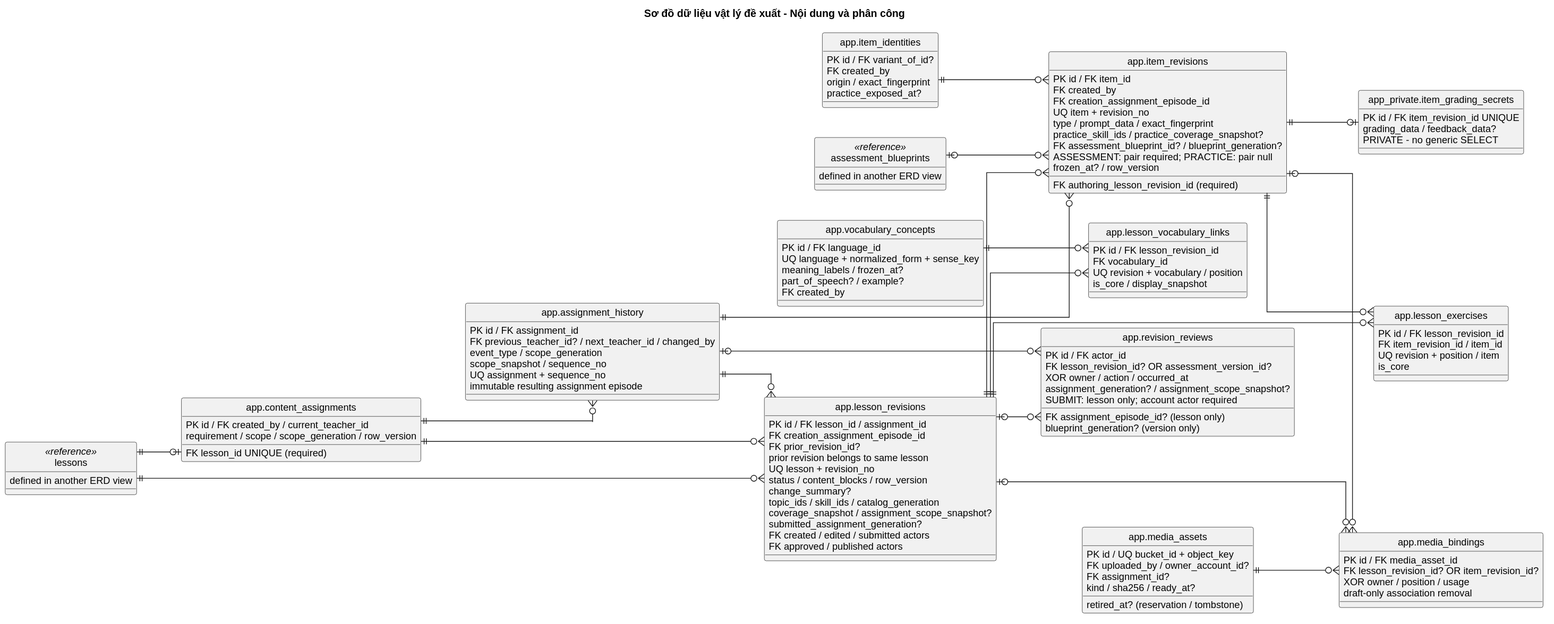
This is docs/design/physical/physical-erd-content.svg from PhamNguyenThanhTung/lingora-workspace, a PlantUML export, as it was before one commit.
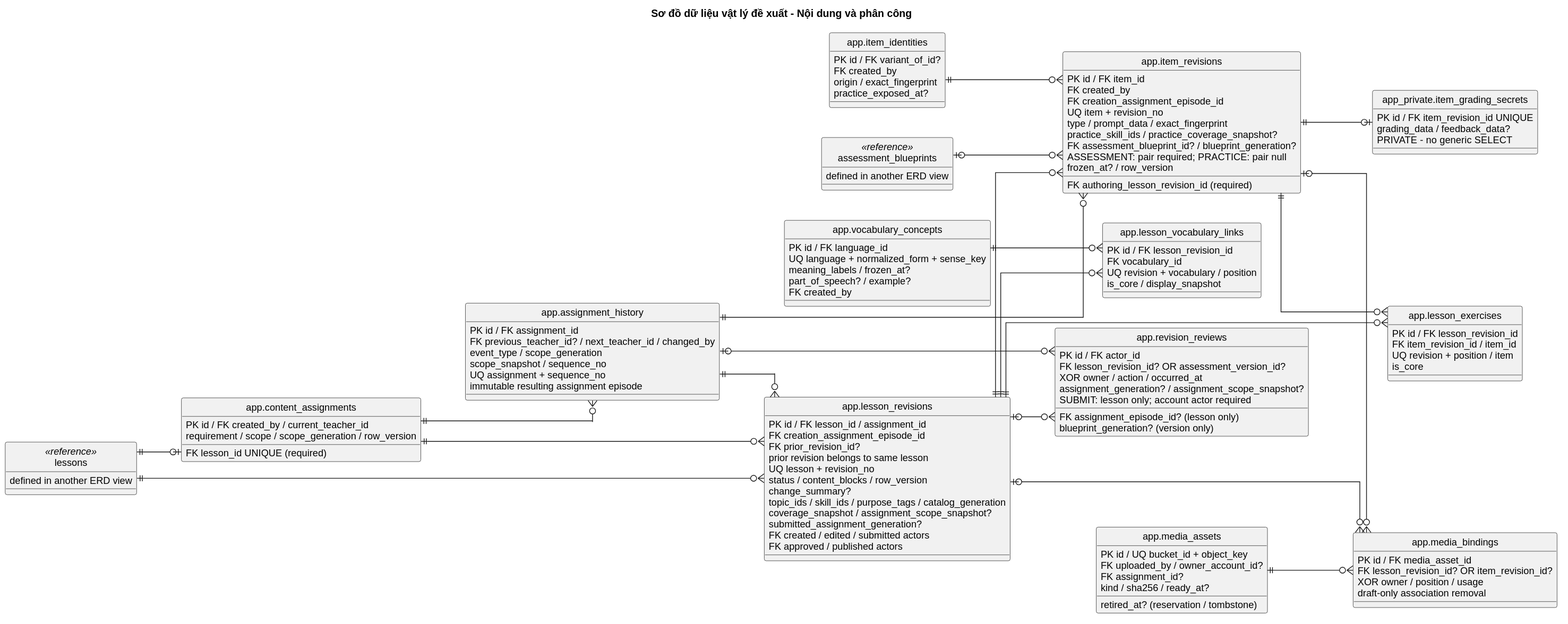
Above is the later version.

Change to the diagram source:
```diff
@@ -18,7 +18,7 @@
   UQ lesson + revision_no
   status / content_blocks / row_version
   change_summary?
-  topic_ids / skill_ids / catalog_generation
+  topic_ids / skill_ids / purpose_tags / catalog_generation
   coverage_snapshot / assignment_scope_snapshot?
   submitted_assignment_generation?
   FK created / edited / submitted actors
```
